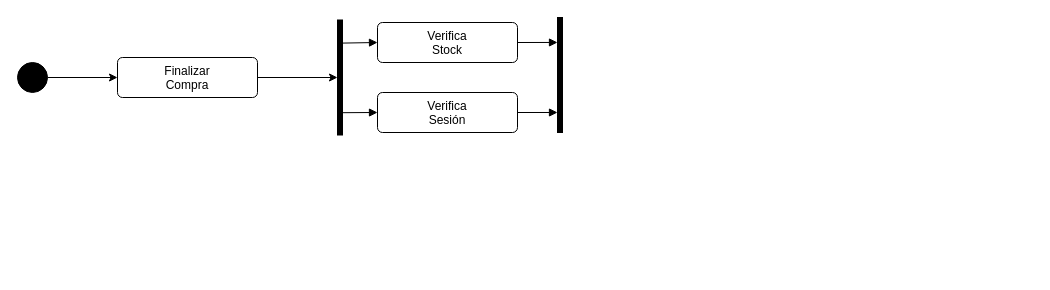
This is src/Confirmacion de Pedido.drawio from romanscriptt/EDD_UML_LopezDeSanRoman_Alvaro, a draw.io file, before an edit. Source tidied: cells renumbered, new cells numbered last; positions are measured from the earlier drawing's top-left corner, leaving out a move shared by most shapes. Both pictures are drawn from the tidied source at 100%, with x=0, y=0 at pixel (17, 17).
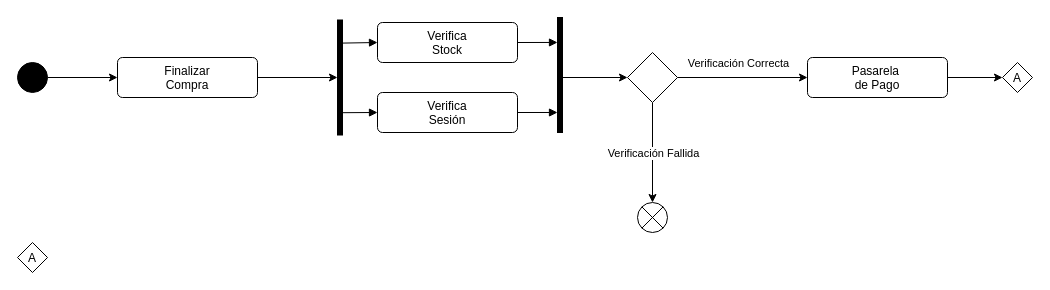
Above is the later version.

Commit message:
Diagrama-Terminado apartado de verificación

The change refers to these unchanged cells:
```xml
<mxCell id="13" style="html=1;points=[];perimeter=orthogonalPerimeter;fillColor=strokeColor;" parent="1" vertex="1">
  <mxGeometry x="540" width="5" height="115" as="geometry" />
</mxCell>
```

The edit, as a diff of the source:
```diff
@@
+    <mxCell id="14" style="edgeStyle=none;html=1;entryX=0;entryY=0.5;entryDx=0;entryDy=0;" parent="1" edge="1" source="13" target="19">
+      <mxGeometry relative="1" as="geometry" />
+    </mxCell>
@@
+    <mxCell id="15" style="edgeStyle=none;html=1;exitX=0.5;exitY=1;exitDx=0;exitDy=0;entryX=0.5;entryY=0;entryDx=0;entryDy=0;" parent="1" edge="1" source="19" target="20">
+      <mxGeometry relative="1" as="geometry" />
+    </mxCell>
+    <mxCell id="16" value="Verificación Fallida" style="edgeLabel;html=1;align=center;verticalAlign=middle;" parent="15" vertex="1">
+      <mxGeometry x="0.26" y="4" relative="1" as="geometry">
+        <mxPoint x="-4" y="-13" as="offset" />
+      </mxGeometry>
+    </mxCell>
+    <mxCell id="17" style="edgeStyle=none;html=1;exitX=1;exitY=0.5;exitDx=0;exitDy=0;entryX=0;entryY=0.5;entryDx=0;entryDy=0;" parent="1" edge="1" source="19" target="22">
+      <mxGeometry relative="1" as="geometry" />
+    </mxCell>
+    <mxCell id="18" value="Verificación Correcta" style="edgeLabel;html=1;align=center;verticalAlign=middle;" parent="17" vertex="1">
+      <mxGeometry x="0.4" y="-1" relative="1" as="geometry">
+        <mxPoint x="-31" y="-16" as="offset" />
+      </mxGeometry>
+    </mxCell>
+    <mxCell id="19" style="rhombus;" parent="1" vertex="1">
+      <mxGeometry x="610" y="35" width="50" height="50" as="geometry" />
+    </mxCell>
+    <mxCell id="20" style="shape=sumEllipse;perimeter=ellipsePerimeter;html=1;backgroundOutline=1;" parent="1" vertex="1">
+      <mxGeometry x="620" y="185" width="30" height="30" as="geometry" />
+    </mxCell>
+    <mxCell id="21" style="edgeStyle=none;html=1;exitX=1;exitY=0.5;exitDx=0;exitDy=0;" parent="1" edge="1" source="22" target="23">
+      <mxGeometry relative="1" as="geometry" />
+    </mxCell>
+    <mxCell id="22" value="Pasarela&amp;nbsp;&lt;div&gt;de Pago&lt;/div&gt;" style="html=1;align=center;verticalAlign=top;rounded=1;absoluteArcSize=1;arcSize=10;dashed=0;whiteSpace=wrap;" parent="1" vertex="1">
+      <mxGeometry x="790" y="40" width="140" height="40" as="geometry" />
+    </mxCell>
+    <mxCell id="23" value="A" style="rhombus;" parent="1" vertex="1">
+      <mxGeometry x="985" y="45" width="30" height="30" as="geometry" />
+    </mxCell>
+    <mxCell id="24" value="A" style="rhombus;" parent="1" vertex="1">
+      <mxGeometry y="225" width="30" height="30" as="geometry" />
+    </mxCell>
```
